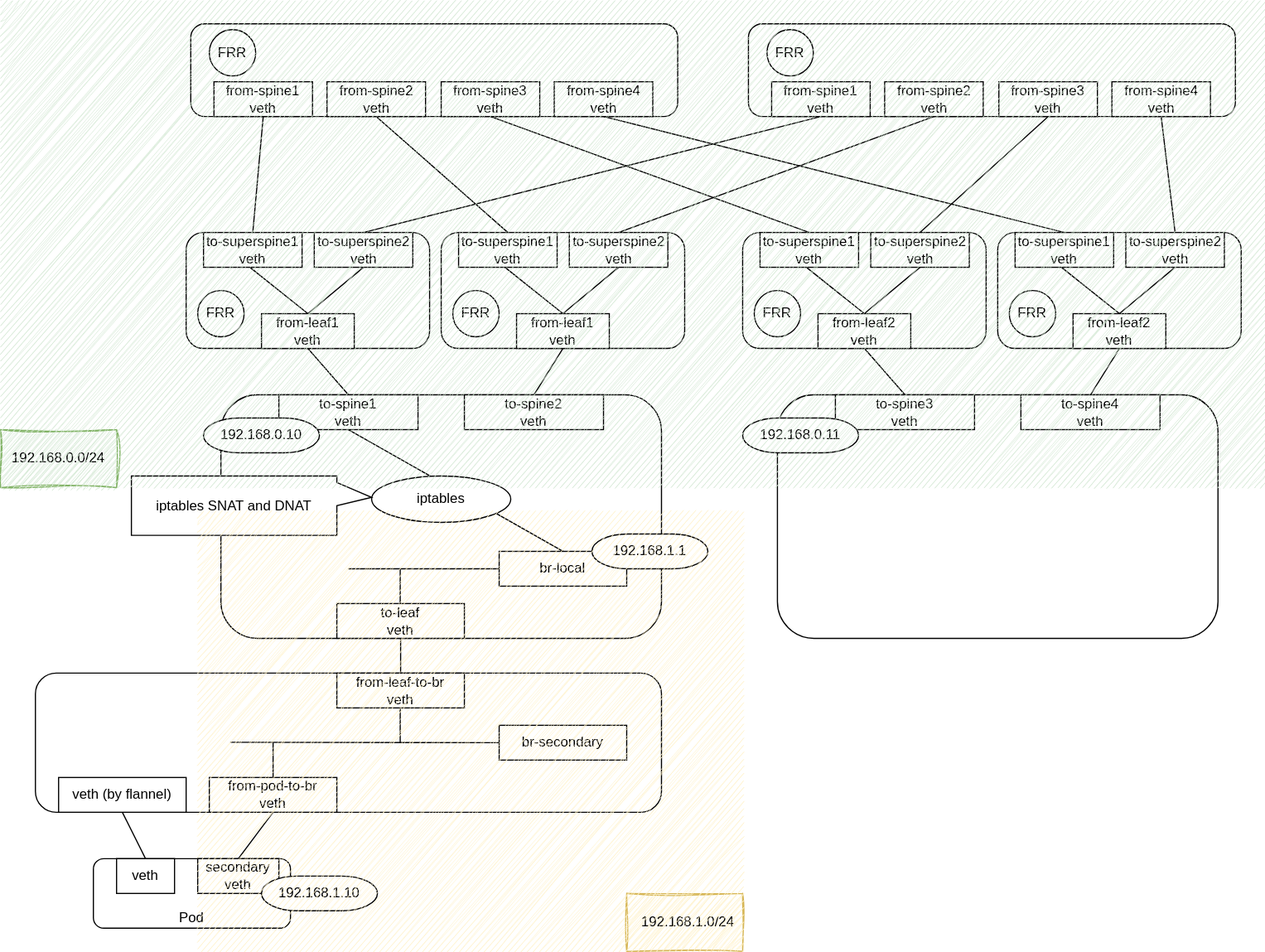
The draw.io diagram docs/svg/ci-testbed.svg in aztecher/advertiser, before a commit. Source tidied: cells renumbered, new cells last; positions are measured from the earlier drawing's top-left corner, leaving out a move shared by most shapes.
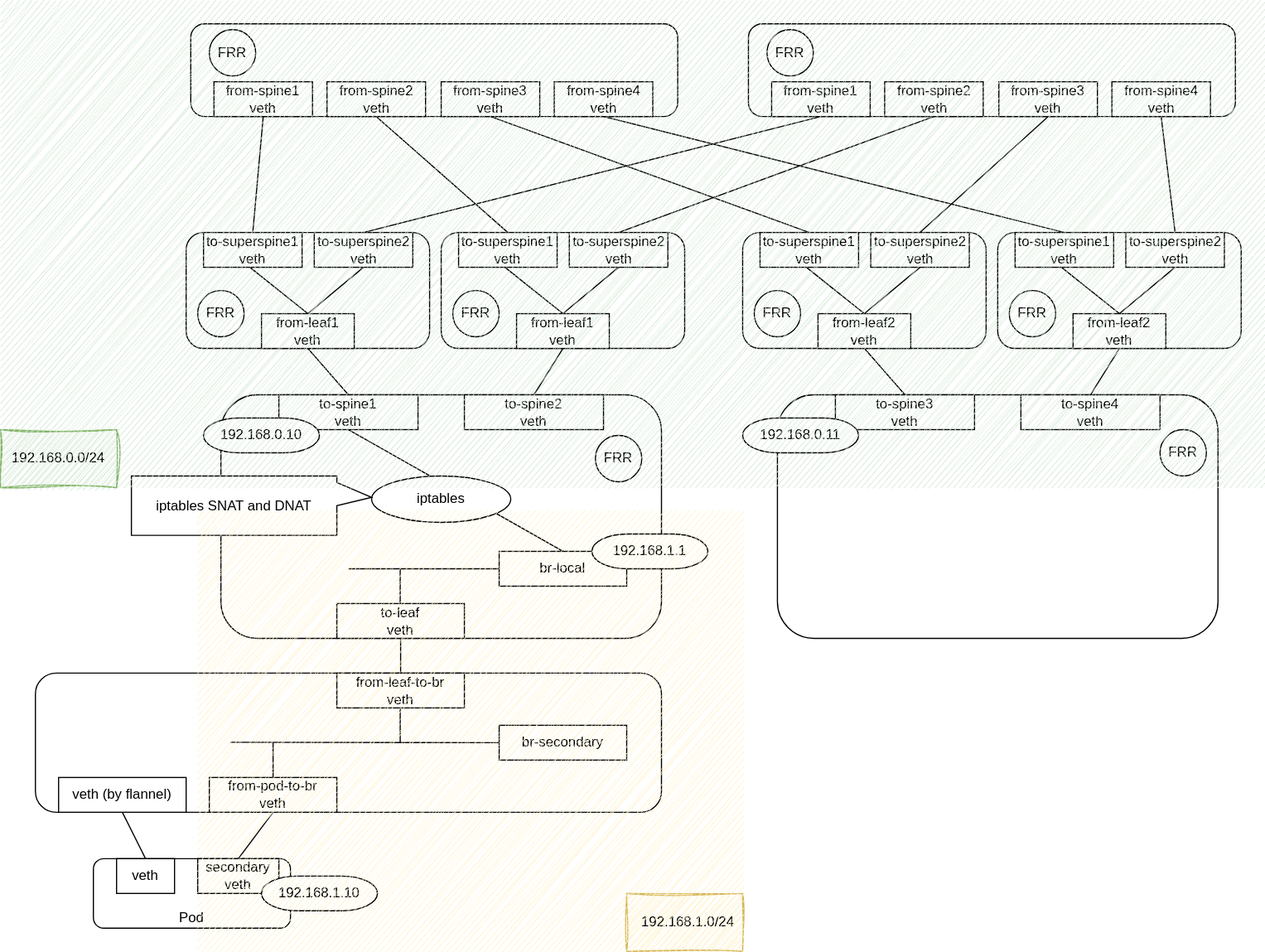
The same diagram one commit later.

Diff of the diagram source:
```diff
@@ -287,6 +287,12 @@
     <mxCell id="89" style="rounded=0;whiteSpace=wrap;html=1;strokeColor=none;fillColor=#fff2cc;shadow=0;glass=0;sketch=1;curveFitting=1;jiggle=2;" parent="1" vertex="1">
       <mxGeometry x="170" y="440" width="470" height="380" as="geometry" />
     </mxCell>
+    <mxCell id="91" value="FRR" style="ellipse;whiteSpace=wrap;html=1;" parent="1" vertex="1">
+      <mxGeometry x="513" y="375" width="40" height="40" as="geometry" />
+    </mxCell>
+    <mxCell id="92" value="FRR" style="ellipse;whiteSpace=wrap;html=1;" parent="1" vertex="1">
+      <mxGeometry x="1000" y="370" width="40" height="40" as="geometry" />
+    </mxCell>
     <mxCell id="90" style="rounded=0;whiteSpace=wrap;html=1;strokeColor=none;fillColor=#d5e8d4;gradientColor=none;shadow=0;glass=0;sketch=1;curveFitting=1;jiggle=2;" parent="1" vertex="1">
       <mxGeometry width="1090" height="420" as="geometry" />
     </mxCell>
```
